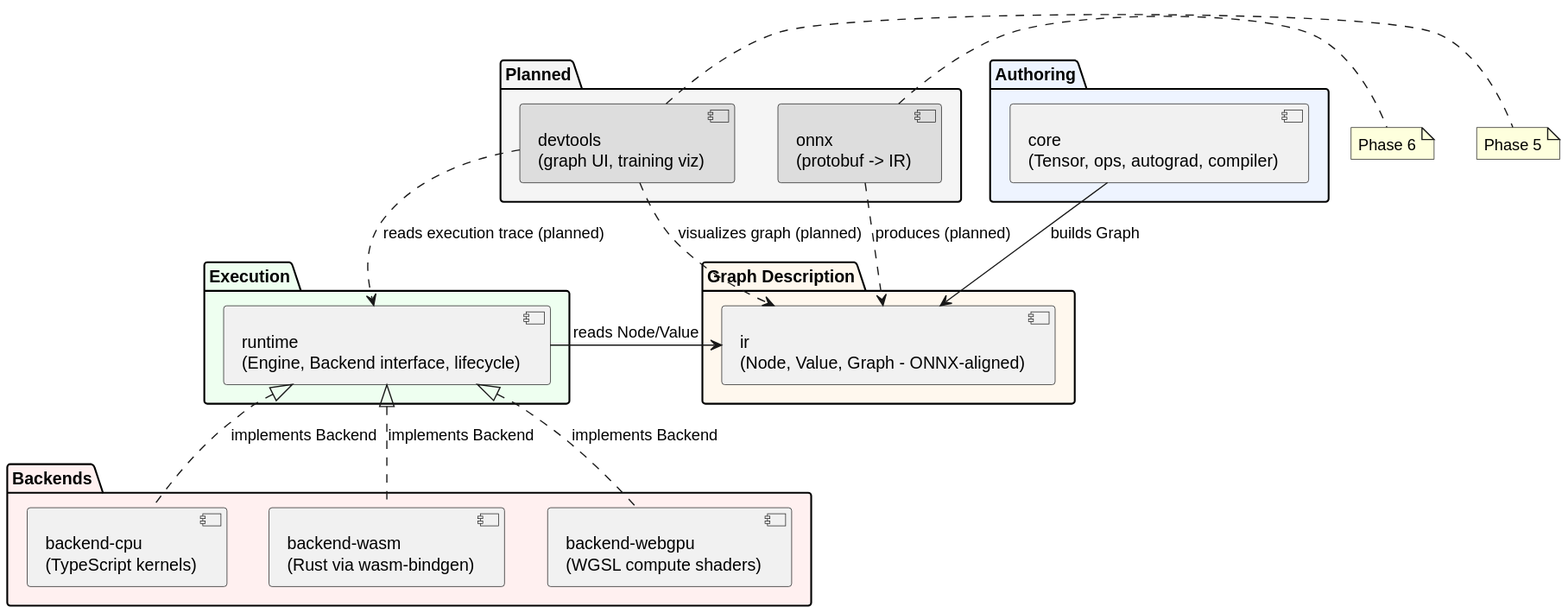
This is docs/diagrams/package-map.svg from hongjiaherng/webtensor, a PlantUML export, as it was before one commit.
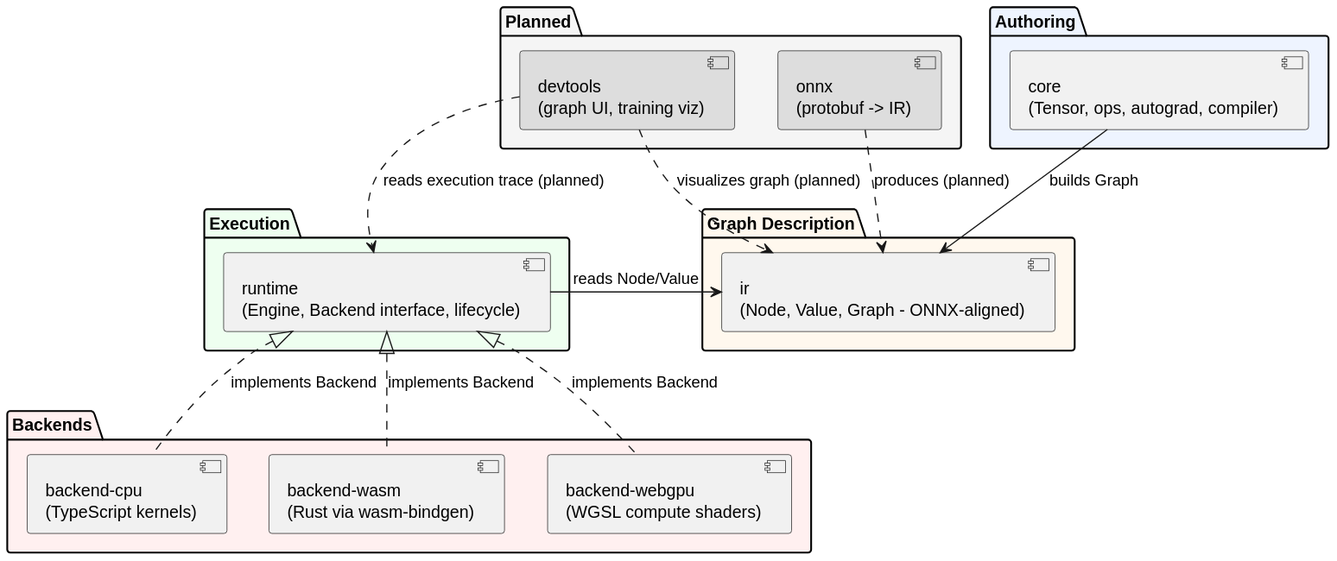
Above is the later version.

Change to the diagram source:
```diff
@@ -31,7 +31,4 @@
 onnx ..> ir : produces (planned)
 devtools ..> ir : visualizes graph (planned)
 devtools ..> runtime : reads execution trace (planned)
-
-note right of onnx : Phase 6
-note right of devtools : Phase 5
 @enduml
```
